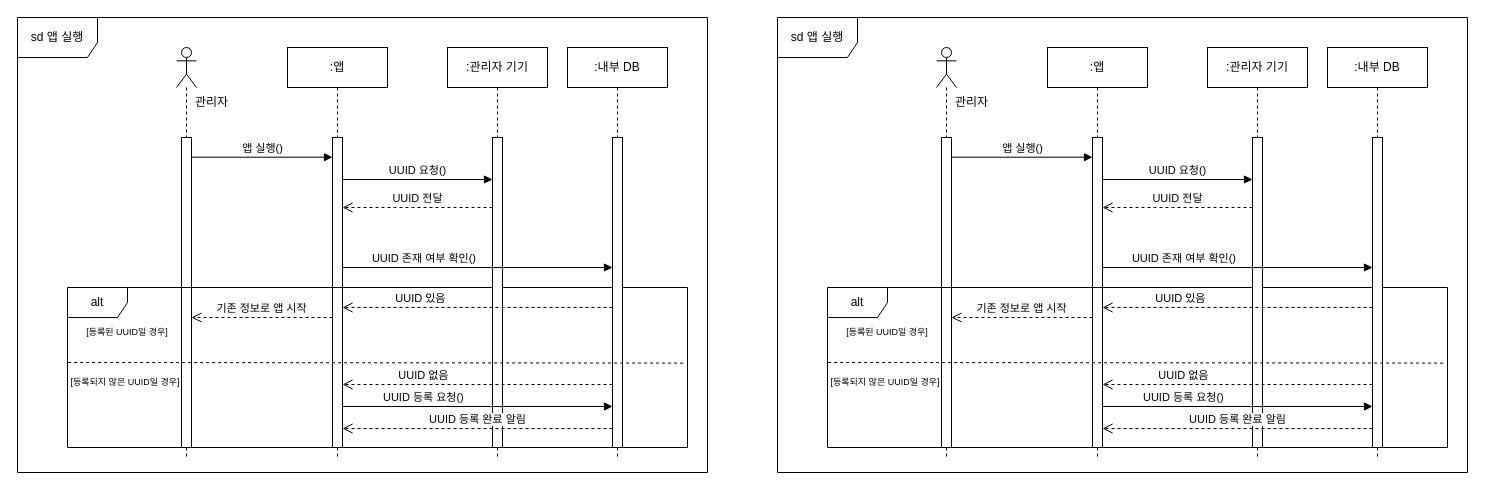
The draw.io diagram page "sd 앱 실행" (2 of 8) of sd.drawio in wnthsk/sejujun, before the edit. Source tidied: cells renumbered, new cells numbered last; positions are measured from the earlier drawing's top-left corner, leaving out a move shared by most shapes. Both pictures are drawn from the tidied source at 100%, with x=0, y=0 at pixel (17, 17).
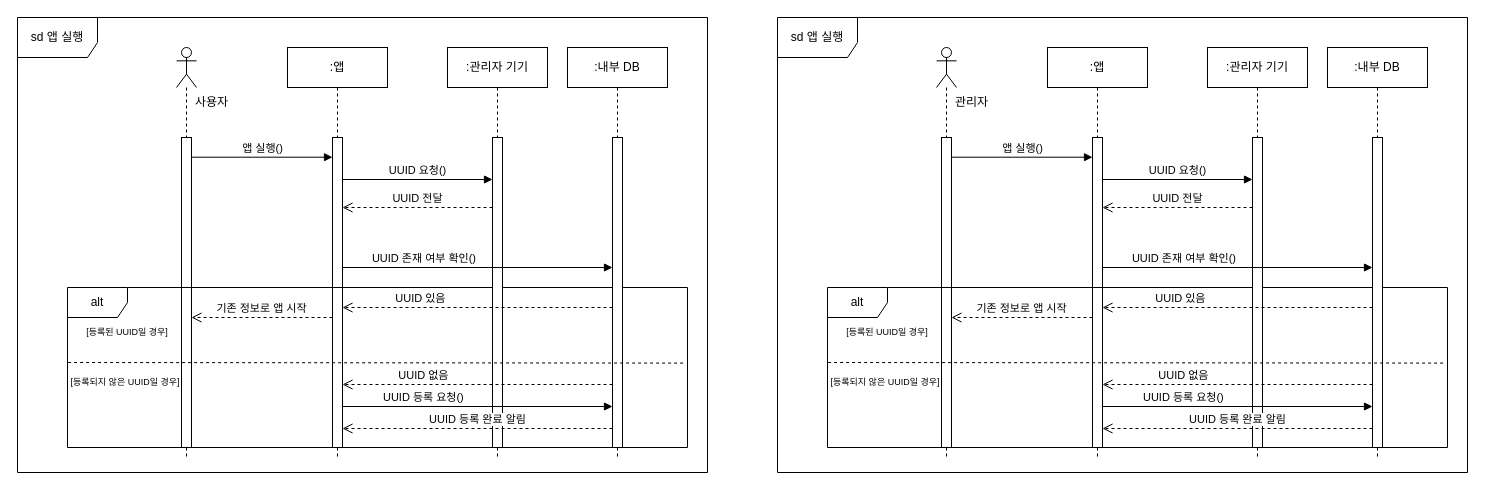
Above is the later version.

Diff of the diagram source:
```diff
@@
-    <mxCell id="4" value="&lt;span style=&quot;font-weight: normal;&quot;&gt;관리자&lt;/span&gt;" style="text;align=center;fontStyle=1;verticalAlign=middle;spacingLeft=3;spacingRight=3;strokeColor=none;html=1;fontSize=12;" parent="1" vertex="1">
+    <mxCell id="4" value="&lt;span style=&quot;font-weight: normal;&quot;&gt;사용자&lt;/span&gt;" style="text;align=center;fontStyle=1;verticalAlign=middle;spacingLeft=3;spacingRight=3;strokeColor=none;html=1;fontSize=12;" parent="1" vertex="1">
       <mxGeometry x="159" y="70" width="70" height="30" as="geometry" />
     </mxCell>
```
